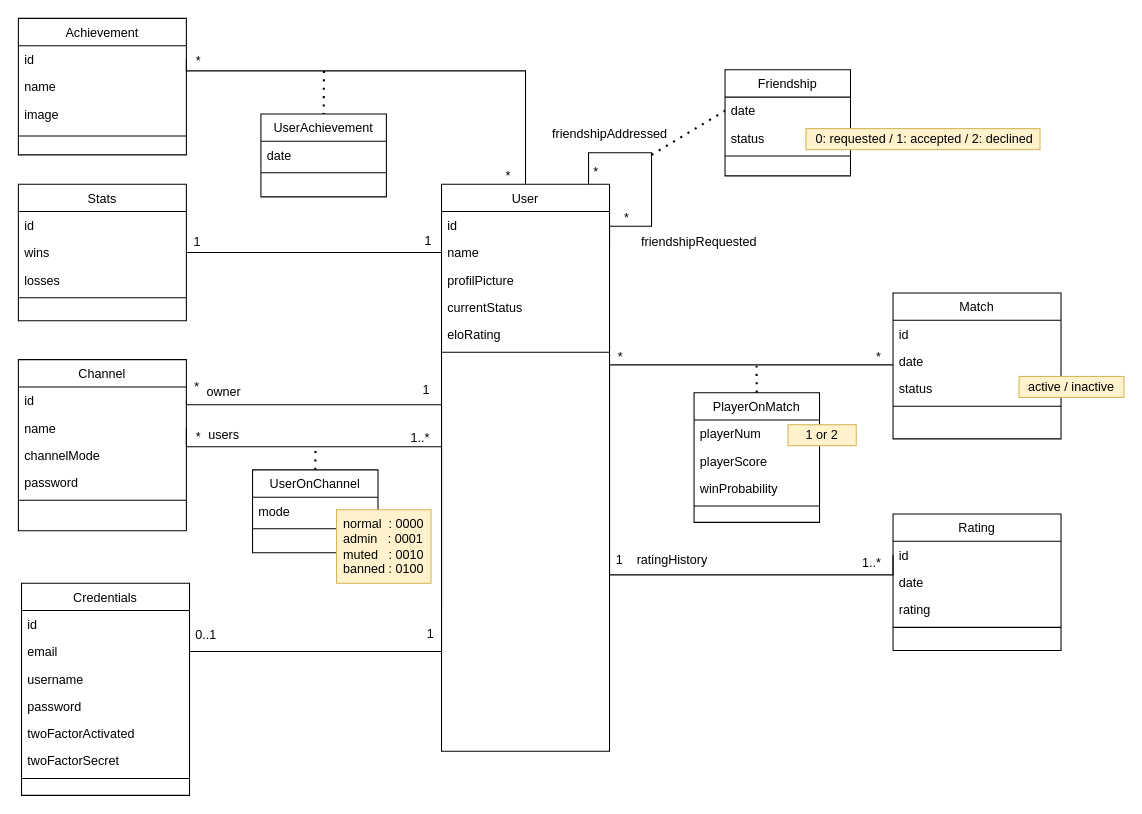
The draw.io diagram doc/datamodel.drawio in transcendence-42/ft_transcendence, before the edit. Source tidied: cells renumbered, new cells numbered last; positions are measured from the earlier drawing's top-left corner, leaving out a move shared by most shapes. Both pictures are drawn from the tidied source at 105%, with x=0, y=0 at pixel (18, 18).
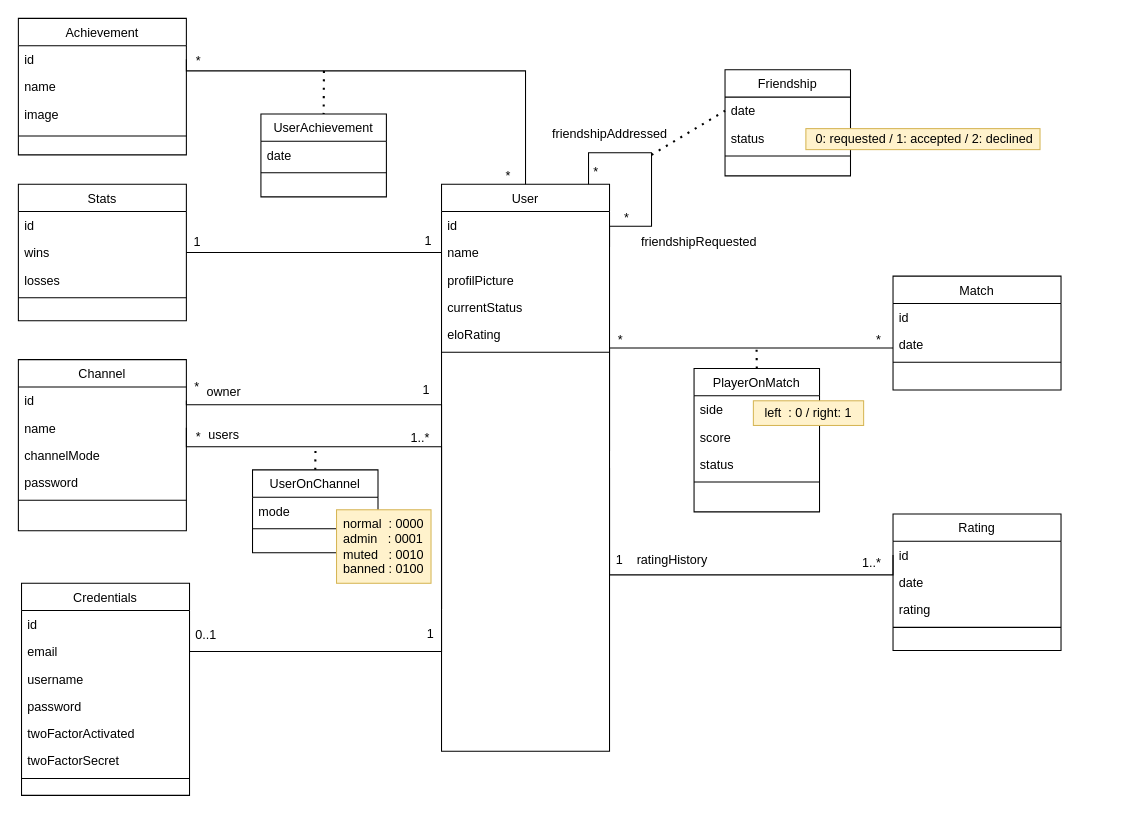
The same page after the edit.

Commit message:
Update datamodel.drawio: simplified match object

Unchanged cells that the change refers to:
```xml
<mxCell id="2" value="User" style="swimlane;fontStyle=0;align=center;verticalAlign=top;horizontal=1;startSize=26;rounded=0;shadow=0;strokeWidth=1;" parent="1" vertex="1">
  <mxGeometry x="403" y="158" width="160" height="540" as="geometry" />
</mxCell>
```

What changed in the source:
```diff
@@
     <mxCell id="57" value="Match" style="swimlane;fontStyle=0;align=center;verticalAlign=top;horizontal=1;startSize=26;rounded=0;shadow=0;strokeWidth=1;" parent="1" vertex="1">
-      <mxGeometry x="833" y="261.5" width="160" height="139" as="geometry" />
+      <mxGeometry x="833" y="245.5" width="160" height="108.5" as="geometry" />
     </mxCell>
@@
-    <mxCell id="60" value="status" style="text;align=left;verticalAlign=top;spacingLeft=4;spacingRight=4;overflow=hidden;" parent="57" vertex="1">
-      <mxGeometry y="78" width="160" height="26" as="geometry" />
-    </mxCell>
     <mxCell id="61" style="line;html=1;strokeWidth=1;align=left;verticalAlign=middle;spacingTop=-1;spacingLeft=3;spacingRight=3;labelPosition=right;" parent="57" vertex="1">
-      <mxGeometry y="104" width="160" height="8" as="geometry" />
+      <mxGeometry y="78" width="160" height="8" as="geometry" />
     </mxCell>
-    <mxCell id="62" style="endArrow=none;html=1;rounded=0;strokeColor=#000000;fillColor=#FF9999;entryX=0;entryY=0.5;entryDx=0;entryDy=0;edgeStyle=orthogonalEdgeStyle;exitX=1;exitY=0.5;exitDx=0;exitDy=0;" parent="1" edge="1" source="2">
+    <mxCell id="62" style="endArrow=none;html=1;rounded=0;strokeColor=#000000;fillColor=#FF9999;entryX=0;entryY=0.5;entryDx=0;entryDy=0;edgeStyle=orthogonalEdgeStyle;exitX=1;exitY=0.5;exitDx=0;exitDy=0;" parent="1" edge="1">
       <mxGeometry relative="1" as="geometry">
-        <mxPoint x="833" y="330" as="targetPoint" />
+        <mxPoint x="563" y="412" as="sourcePoint" />
+        <mxPoint x="833" y="314" as="targetPoint" />
         <Array as="points">
-          <mxPoint x="563" y="330" />
+          <mxPoint x="563" y="314" />
         </Array>
       </mxGeometry>
     </mxCell>
     <mxCell id="63" value="*" style="align=right;verticalAlign=bottom;labelBackgroundColor=none;fontSize=12;" parent="1" vertex="1">
-      <mxGeometry x="823" y="331" as="geometry" />
+      <mxGeometry x="823" y="315" as="geometry" />
     </mxCell>
     <mxCell id="64" value="*" style="align=right;verticalAlign=bottom;labelBackgroundColor=none;fontSize=12;" parent="1" vertex="1">
-      <mxGeometry x="577" y="331" as="geometry" />
+      <mxGeometry x="577" y="315" as="geometry" />
     </mxCell>
     <mxCell id="65" style="endArrow=none;dashed=1;html=1;dashPattern=1 3;strokeWidth=2;rounded=0;fillColor=#FF9999;exitX=0.5;exitY=0;exitDx=0;exitDy=0;" parent="1" edge="1" source="66">
       <mxGeometry relative="1" as="geometry">
-        <mxPoint x="703" y="331" as="targetPoint" />
+        <mxPoint x="703" y="310" as="targetPoint" />
       </mxGeometry>
     </mxCell>
     <mxCell id="66" value="PlayerOnMatch" style="swimlane;fontStyle=0;align=center;verticalAlign=top;horizontal=1;startSize=26;rounded=0;shadow=0;strokeWidth=1;" parent="1" vertex="1">
-      <mxGeometry x="643.5" y="356.5" width="119.5" height="123.5" as="geometry" />
+      <mxGeometry x="643.5" y="333.5" width="119.5" height="136.5" as="geometry" />
     </mxCell>
-    <mxCell id="67" value="playerNum" style="text;align=left;verticalAlign=top;spacingLeft=4;spacingRight=4;overflow=hidden;" parent="66" vertex="1">
+    <mxCell id="67" value="side" style="text;align=left;verticalAlign=top;spacingLeft=4;spacingRight=4;overflow=hidden;" parent="66" vertex="1">
       <mxGeometry y="26" width="119.5" height="26" as="geometry" />
     </mxCell>
-    <mxCell id="68" value="playerScore" style="text;align=left;verticalAlign=top;spacingLeft=4;spacingRight=4;overflow=hidden;rounded=0;shadow=0;html=0;" parent="66" vertex="1">
+    <mxCell id="68" value="score" style="text;align=left;verticalAlign=top;spacingLeft=4;spacingRight=4;overflow=hidden;rounded=0;shadow=0;html=0;" parent="66" vertex="1">
       <mxGeometry y="52" width="119.5" height="26" as="geometry" />
     </mxCell>
-    <mxCell id="69" value="winProbability" style="text;align=left;verticalAlign=top;spacingLeft=4;spacingRight=4;overflow=hidden;rounded=0;shadow=0;html=0;" parent="66" vertex="1">
+    <mxCell id="69" value="status" style="text;align=left;verticalAlign=top;spacingLeft=4;spacingRight=4;overflow=hidden;rounded=0;shadow=0;html=0;" parent="66" vertex="1">
       <mxGeometry y="78" width="119.5" height="26" as="geometry" />
     </mxCell>
@@
-    <mxCell id="71" value="&lt;div style=&quot;text-align: left;&quot;&gt;&lt;span style=&quot;background-color: initial;&quot;&gt;1 or 2&lt;br&gt;&lt;/span&gt;&lt;/div&gt;" style="text;html=1;strokeColor=#d6b656;fillColor=#fff2cc;align=center;verticalAlign=middle;whiteSpace=wrap;rounded=0;" parent="1" vertex="1">
-      <mxGeometry x="733" y="387" width="65" height="20" as="geometry" />
+    <mxCell id="71" value="&lt;div style=&quot;text-align: left;&quot;&gt;&lt;span style=&quot;background-color: initial;&quot;&gt;left&amp;nbsp; : 0 / right: 1&lt;/span&gt;&lt;/div&gt;" style="text;html=1;strokeColor=#d6b656;fillColor=#fff2cc;align=center;verticalAlign=middle;whiteSpace=wrap;rounded=0;" parent="1" vertex="1">
+      <mxGeometry x="700" y="364.2" width="105" height="23.5" as="geometry" />
     </mxCell>
@@
-    <mxCell id="76" value="&lt;div style=&quot;text-align: left;&quot;&gt;&lt;span style=&quot;background-color: initial;&quot;&gt;active / inactive&lt;br&gt;&lt;/span&gt;&lt;/div&gt;" style="text;html=1;strokeColor=#d6b656;fillColor=#fff2cc;align=center;verticalAlign=middle;whiteSpace=wrap;rounded=0;" parent="1" vertex="1">
-      <mxGeometry x="953" y="341" width="100" height="20" as="geometry" />
-    </mxCell>
```
